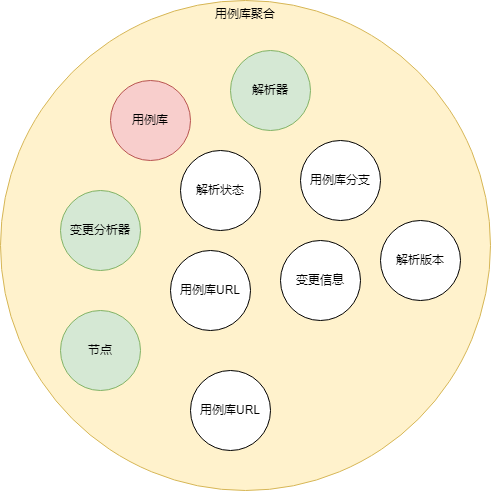
The draw.io diagram testCenter/event_3.drawio.png in muxicode/c153080686, before a commit. Source tidied: cells renumbered, new cells last; positions are measured from the earlier drawing's top-left corner, leaving out a move shared by most shapes. The source it was exported from:
```xml
<mxGraphModel>
  <root>
    <mxCell id="0" />
    <mxCell id="1" parent="0" />
    <mxCell id="2" value="用例库聚合" style="ellipse;whiteSpace=wrap;html=1;fillColor=#fff2cc;strokeColor=#d6b656;verticalAlign=top;" parent="1" vertex="1">
      <mxGeometry width="490" height="490" as="geometry" />
    </mxCell>
    <mxCell id="3" value="用例库" style="ellipse;whiteSpace=wrap;html=1;fillColor=#f8cecc;strokeColor=#b85450;" parent="1" vertex="1">
      <mxGeometry x="110" y="80" width="80" height="80" as="geometry" />
    </mxCell>
    <mxCell id="4" value="节点" style="ellipse;whiteSpace=wrap;html=1;fillColor=#d5e8d4;strokeColor=#82b366;" parent="1" vertex="1">
      <mxGeometry x="60" y="310" width="80" height="80" as="geometry" />
    </mxCell>
    <mxCell id="5" value="解析器" style="ellipse;whiteSpace=wrap;html=1;fillColor=#d5e8d4;strokeColor=#82b366;" parent="1" vertex="1">
      <mxGeometry x="230" y="50" width="80" height="80" as="geometry" />
    </mxCell>
    <mxCell id="6" value="变更信息" style="ellipse;whiteSpace=wrap;html=1;" parent="1" vertex="1">
      <mxGeometry x="280" y="240" width="80" height="80" as="geometry" />
    </mxCell>
    <mxCell id="7" value="用例库分支" style="ellipse;whiteSpace=wrap;html=1;" parent="1" vertex="1">
      <mxGeometry x="300" y="140" width="80" height="80" as="geometry" />
    </mxCell>
    <mxCell id="8" value="用例库URL" style="ellipse;whiteSpace=wrap;html=1;" parent="1" vertex="1">
      <mxGeometry x="190" y="370" width="80" height="80" as="geometry" />
    </mxCell>
    <mxCell id="9" value="变更分析器" style="ellipse;whiteSpace=wrap;html=1;fillColor=#d5e8d4;strokeColor=#82b366;" parent="1" vertex="1">
      <mxGeometry x="60" y="190" width="80" height="80" as="geometry" />
    </mxCell>
    <mxCell id="10" value="用例库URL" style="ellipse;whiteSpace=wrap;html=1;" parent="1" vertex="1">
      <mxGeometry x="170" y="250" width="80" height="80" as="geometry" />
    </mxCell>
    <mxCell id="11" value="解析状态" style="ellipse;whiteSpace=wrap;html=1;" parent="1" vertex="1">
      <mxGeometry x="180" y="150" width="80" height="80" as="geometry" />
    </mxCell>
    <mxCell id="12" value="解析版本" style="ellipse;whiteSpace=wrap;html=1;" parent="1" vertex="1">
      <mxGeometry x="380" y="220" width="80" height="80" as="geometry" />
    </mxCell>
  </root>
</mxGraphModel>
```
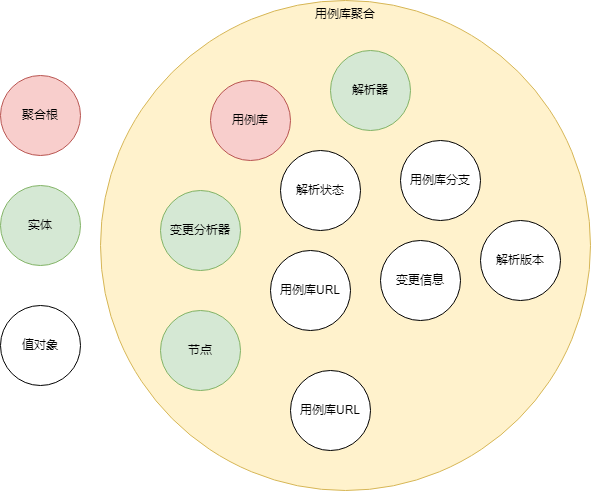
The same file after the commit.

Diff of the diagram source:
```diff
@@ -35,5 +35,14 @@
     <mxCell id="12" value="解析版本" style="ellipse;whiteSpace=wrap;html=1;" parent="1" vertex="1">
       <mxGeometry x="380" y="220" width="80" height="80" as="geometry" />
     </mxCell>
+    <mxCell id="13" value="聚合根" style="ellipse;whiteSpace=wrap;html=1;fillColor=#f8cecc;strokeColor=#b85450;" parent="1" vertex="1">
+      <mxGeometry x="-100" y="75" width="80" height="80" as="geometry" />
+    </mxCell>
+    <mxCell id="14" value="实体" style="ellipse;whiteSpace=wrap;html=1;fillColor=#d5e8d4;strokeColor=#82b366;" parent="1" vertex="1">
+      <mxGeometry x="-100" y="185" width="80" height="80" as="geometry" />
+    </mxCell>
+    <mxCell id="15" value="值对象" style="ellipse;whiteSpace=wrap;html=1;" parent="1" vertex="1">
+      <mxGeometry x="-100" y="305" width="80" height="80" as="geometry" />
+    </mxCell>
   </root>
 </mxGraphModel>
```
